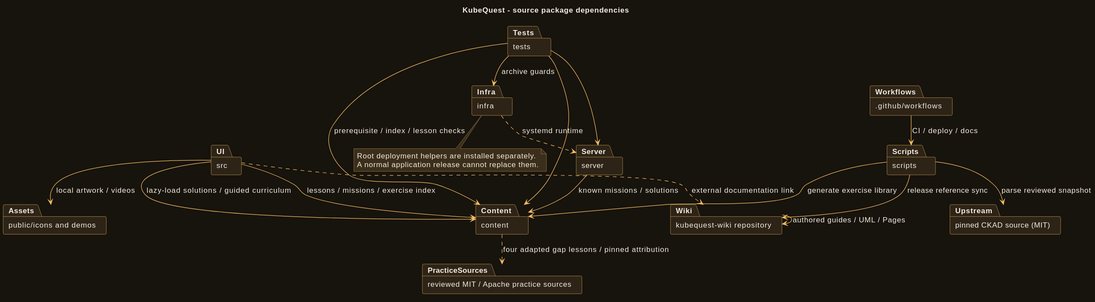
Earlier version of the PlantUML export diagrams/package.svg (ramideltoro/kubequest-wiki). Its source is kept beside it as diagrams/package.puml.
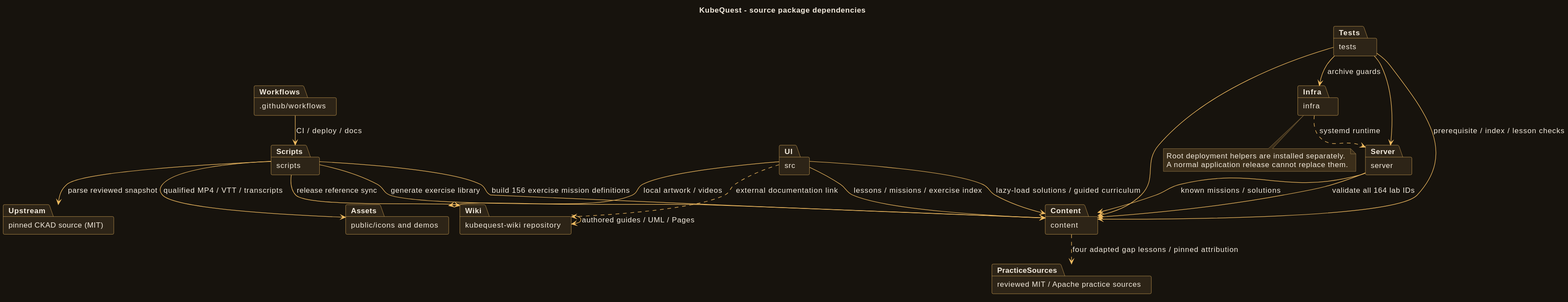
Above is the later version.

What changed in the source:
```diff
@@ -86,6 +86,9 @@
 package "reviewed MIT / Apache practice sources" as PracticeSources
 Content ..> PracticeSources : four adapted gap lessons / pinned attribution
 Tests --> Content : prerequisite / index / lesson checks
+Scripts --> Content : build 156 exercise mission definitions
+Server --> Content : validate all 164 lab IDs
+Scripts --> Assets : qualified MP4 / VTT / transcripts
 UI ..> Wiki : external documentation link
 UI --> Assets : local artwork / videos
 Server --> Content : known missions / solutions
```
